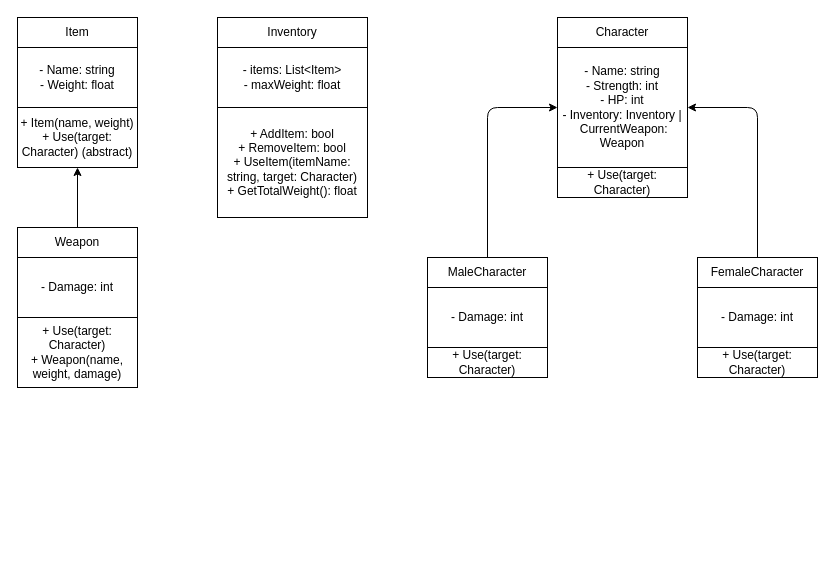
Above: tabell.drawio in te22c-abdulleiid-amira/Projekt-1---Vinterprojektet (draw.io), before the change. Source tidied: cells renumbered, new cells numbered last; positions are measured from the earlier drawing's top-left corner, leaving out a move shared by most shapes. Both pictures are drawn from the tidied source at 100%, with x=0, y=0 at pixel (17, 17).
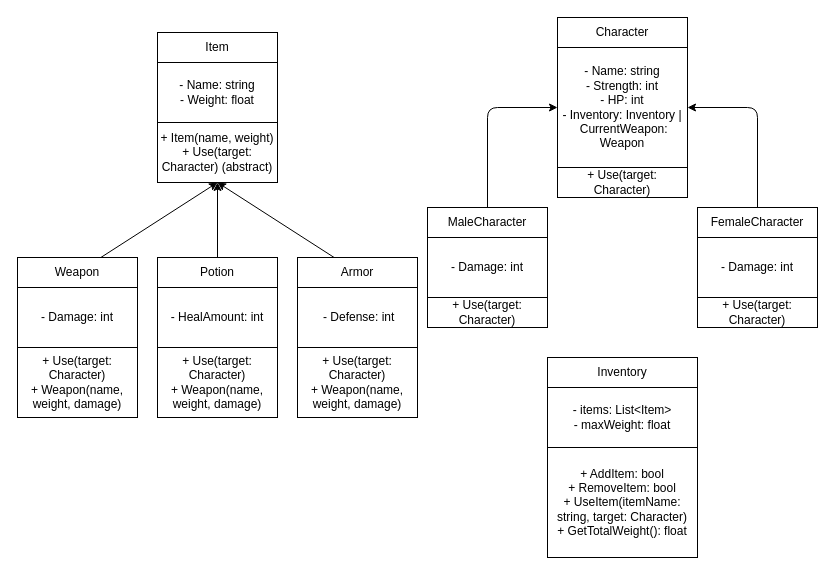
The same page after the edit.

Diff of the diagram source:
```diff
@@
     <mxCell id="2" value="Item" style="rounded=0;whiteSpace=wrap;html=1;" parent="1" vertex="1">
-      <mxGeometry width="120" height="30" as="geometry" />
+      <mxGeometry x="140" y="15" width="120" height="30" as="geometry" />
     </mxCell>
     <mxCell id="3" value="+ Item(name, weight)&lt;div&gt;+ Use(target: Character) (abstract)&lt;/div&gt;" style="rounded=0;whiteSpace=wrap;html=1;" parent="1" vertex="1">
-      <mxGeometry y="90" width="120" height="60" as="geometry" />
+      <mxGeometry x="140" y="105" width="120" height="60" as="geometry" />
     </mxCell>
     <mxCell id="4" value="- &lt;span class=&quot;hljs-type&quot;&gt;Name&lt;/span&gt;: string &lt;br&gt;- Weight: &lt;span class=&quot;hljs-type&quot;&gt;float&lt;/span&gt;" style="rounded=0;whiteSpace=wrap;html=1;" parent="1" vertex="1">
-      <mxGeometry y="30" width="120" height="60" as="geometry" />
+      <mxGeometry x="140" y="45" width="120" height="60" as="geometry" />
     </mxCell>
@@
     <mxCell id="6" value="Weapon" style="rounded=0;whiteSpace=wrap;html=1;" parent="1" vertex="1">
-      <mxGeometry y="210" width="120" height="30" as="geometry" />
+      <mxGeometry y="240" width="120" height="30" as="geometry" />
     </mxCell>
     <mxCell id="7" value="+ Use(target: &lt;span class=&quot;hljs-type&quot;&gt;Character&lt;/span&gt;)&lt;div&gt;+ Weapon(name, weight, damage)&lt;/div&gt;" style="rounded=0;whiteSpace=wrap;html=1;" parent="1" vertex="1">
-      <mxGeometry y="300" width="120" height="70" as="geometry" />
+      <mxGeometry y="330" width="120" height="70" as="geometry" />
     </mxCell>
     <mxCell id="8" value="- Damage: &lt;span class=&quot;hljs-type&quot;&gt;int&lt;/span&gt;" style="rounded=0;whiteSpace=wrap;html=1;" parent="1" vertex="1">
-      <mxGeometry y="240" width="120" height="60" as="geometry" />
+      <mxGeometry y="270" width="120" height="60" as="geometry" />
     </mxCell>
     <mxCell id="9" value="Inventory" style="rounded=0;whiteSpace=wrap;html=1;" parent="1" vertex="1">
-      <mxGeometry x="200" width="150" height="30" as="geometry" />
+      <mxGeometry x="530" y="340" width="150" height="30" as="geometry" />
     </mxCell>
     <mxCell id="10" value="+ AddItem: &lt;span class=&quot;hljs-type&quot;&gt;bool&lt;br&gt;&lt;/span&gt;+ RemoveItem: &lt;span class=&quot;hljs-type&quot;&gt;bool&lt;/span&gt; &lt;br&gt;+ UseItem(itemName: string, target: &lt;span class=&quot;hljs-type&quot;&gt;Character&lt;/span&gt;) &lt;br&gt;+ GetTotalWeight(): &lt;span class=&quot;hljs-type&quot;&gt;float&lt;/span&gt;" style="rounded=0;whiteSpace=wrap;html=1;" parent="1" vertex="1">
-      <mxGeometry x="200" y="90" width="150" height="110" as="geometry" />
+      <mxGeometry x="530" y="430" width="150" height="110" as="geometry" />
     </mxCell>
     <mxCell id="11" value="- items: List&amp;lt;Item&amp;gt; &lt;br&gt;- maxWeight: &lt;span class=&quot;hljs-type&quot;&gt;float&lt;/span&gt;" style="rounded=0;whiteSpace=wrap;html=1;" parent="1" vertex="1">
-      <mxGeometry x="200" y="30" width="150" height="60" as="geometry" />
+      <mxGeometry x="530" y="370" width="150" height="60" as="geometry" />
     </mxCell>
@@
     <mxCell id="16" value="MaleCharacter" style="rounded=0;whiteSpace=wrap;html=1;" parent="1" vertex="1">
-      <mxGeometry x="410" y="240" width="120" height="30" as="geometry" />
+      <mxGeometry x="410" y="190" width="120" height="30" as="geometry" />
     </mxCell>
     <mxCell id="17" value="+ Use(target: &lt;span class=&quot;hljs-type&quot;&gt;Character&lt;/span&gt;)" style="rounded=0;whiteSpace=wrap;html=1;" parent="1" vertex="1">
-      <mxGeometry x="410" y="330" width="120" height="30" as="geometry" />
+      <mxGeometry x="410" y="280" width="120" height="30" as="geometry" />
     </mxCell>
     <mxCell id="18" value="- Damage: &lt;span class=&quot;hljs-type&quot;&gt;int&lt;/span&gt;" style="rounded=0;whiteSpace=wrap;html=1;" parent="1" vertex="1">
-      <mxGeometry x="410" y="270" width="120" height="60" as="geometry" />
+      <mxGeometry x="410" y="220" width="120" height="60" as="geometry" />
     </mxCell>
@@
     <mxCell id="20" value="FemaleCharacter" style="rounded=0;whiteSpace=wrap;html=1;" parent="1" vertex="1">
-      <mxGeometry x="680" y="240" width="120" height="30" as="geometry" />
+      <mxGeometry x="680" y="190" width="120" height="30" as="geometry" />
     </mxCell>
     <mxCell id="21" value="+ Use(target: &lt;span class=&quot;hljs-type&quot;&gt;Character&lt;/span&gt;)" style="rounded=0;whiteSpace=wrap;html=1;" parent="1" vertex="1">
-      <mxGeometry x="680" y="330" width="120" height="30" as="geometry" />
+      <mxGeometry x="680" y="280" width="120" height="30" as="geometry" />
     </mxCell>
     <mxCell id="22" value="- Damage: &lt;span class=&quot;hljs-type&quot;&gt;int&lt;/span&gt;" style="rounded=0;whiteSpace=wrap;html=1;" parent="1" vertex="1">
-      <mxGeometry x="680" y="270" width="120" height="60" as="geometry" />
+      <mxGeometry x="680" y="220" width="120" height="60" as="geometry" />
     </mxCell>
+    <mxCell id="23" style="edgeStyle=none;html=1;entryX=0.5;entryY=1;entryDx=0;entryDy=0;" parent="1" edge="1" source="24" target="3">
+      <mxGeometry relative="1" as="geometry" />
+    </mxCell>
+    <mxCell id="24" value="Potion" style="rounded=0;whiteSpace=wrap;html=1;" parent="1" vertex="1">
+      <mxGeometry x="140" y="240" width="120" height="30" as="geometry" />
+    </mxCell>
+    <mxCell id="25" value="+ Use(target: &lt;span class=&quot;hljs-type&quot;&gt;Character&lt;/span&gt;)&lt;div&gt;+ Weapon(name, weight, damage)&lt;/div&gt;" style="rounded=0;whiteSpace=wrap;html=1;" parent="1" vertex="1">
+      <mxGeometry x="140" y="330" width="120" height="70" as="geometry" />
+    </mxCell>
+    <mxCell id="26" value="- HealAmount: int" style="rounded=0;whiteSpace=wrap;html=1;" parent="1" vertex="1">
+      <mxGeometry x="140" y="270" width="120" height="60" as="geometry" />
+    </mxCell>
+    <mxCell id="27" style="edgeStyle=none;html=1;entryX=0.5;entryY=1;entryDx=0;entryDy=0;" parent="1" edge="1" source="28" target="3">
+      <mxGeometry relative="1" as="geometry" />
+    </mxCell>
+    <mxCell id="28" value="Armor" style="rounded=0;whiteSpace=wrap;html=1;" parent="1" vertex="1">
+      <mxGeometry x="280" y="240" width="120" height="30" as="geometry" />
+    </mxCell>
+    <mxCell id="29" value="+ Use(target: &lt;span class=&quot;hljs-type&quot;&gt;Character&lt;/span&gt;)&lt;div&gt;+ Weapon(name, weight, damage)&lt;/div&gt;" style="rounded=0;whiteSpace=wrap;html=1;" parent="1" vertex="1">
+      <mxGeometry x="280" y="330" width="120" height="70" as="geometry" />
+    </mxCell>
+    <mxCell id="30" value="&amp;nbsp;- Defense: int" style="rounded=0;whiteSpace=wrap;html=1;" parent="1" vertex="1">
+      <mxGeometry x="280" y="270" width="120" height="60" as="geometry" />
+    </mxCell>
```
